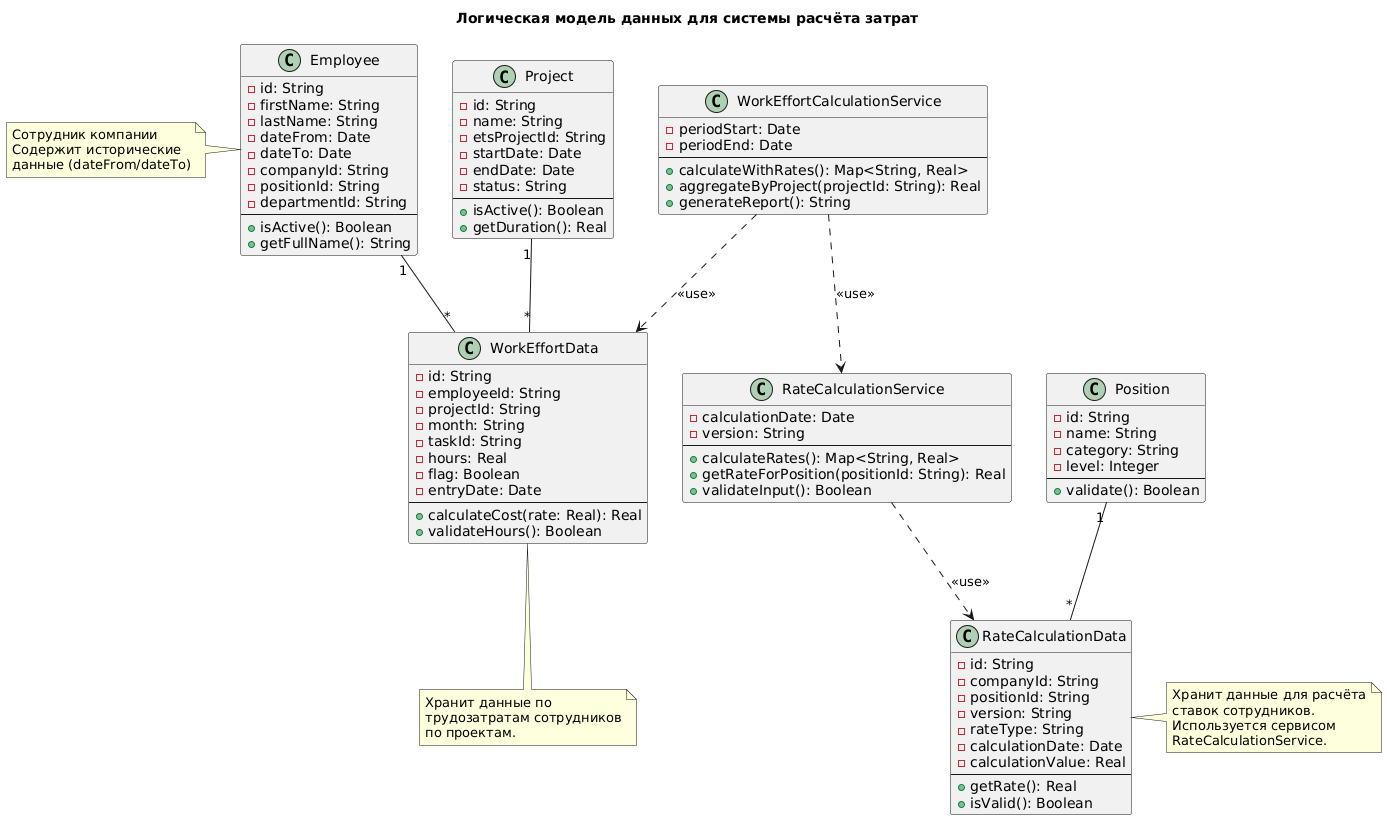
makonov/paps_labs keeps this PlantUML diagram as LabWork3/Концептуальная диаграмма классов для БД.png. Above is the earlier version. Source of this version:
```plantuml
@startuml
title Логическая модель данных для системы расчёта затрат


class Employee {
  - id: String
  - firstName: String
  - lastName: String
  - dateFrom: Date
  - dateTo: Date
  - companyId: String
  - positionId: String
  - departmentId: String
  --
  + isActive(): Boolean
  + getFullName(): String
}

class Position {
  - id: String
  - name: String
  - category: String
  - level: Integer
  --
  + validate(): Boolean
}

class Project {
  - id: String
  - name: String
  - etsProjectId: String
  - startDate: Date
  - endDate: Date
  - status: String
  --
  + isActive(): Boolean
  + getDuration(): Real
}


class RateCalculationData {
  - id: String
  - companyId: String
  - positionId: String
  - version: String
  - rateType: String
  - calculationDate: Date
  - calculationValue: Real
  --
  + getRate(): Real
  + isValid(): Boolean
}

class WorkEffortData {
  - id: String
  - employeeId: String
  - projectId: String
  - month: String
  - taskId: String
  - hours: Real
  - flag: Boolean
  - entryDate: Date
  --
  + calculateCost(rate: Real): Real
  + validateHours(): Boolean
}


class RateCalculationService {
  - calculationDate: Date
  - version: String
  --
  + calculateRates(): Map<String, Real>
  + getRateForPosition(positionId: String): Real
  + validateInput(): Boolean
}

class WorkEffortCalculationService {
  - periodStart: Date
  - periodEnd: Date
  --
  + calculateWithRates(): Map<String, Real>
  + aggregateByProject(projectId: String): Real
  + generateReport(): String
}


Employee "1" -- "*" WorkEffortData

Position "1" -- "*" RateCalculationData

Project "1" -- "*" WorkEffortData

RateCalculationService ..> RateCalculationData : <<use>>
WorkEffortCalculationService ..> WorkEffortData : <<use>>
WorkEffortCalculationService ..> RateCalculationService : <<use>>



note left of Employee
  Сотрудник компании
  Содержит исторические
  данные (dateFrom/dateTo)
end note

note right of RateCalculationData
  Хранит данные для расчёта
  ставок сотрудников.
  Используется сервисом
  RateCalculationService.
end note

note bottom of WorkEffortData
  Хранит данные по
  трудозатратам сотрудников
  по проектам.
end note
@enduml
```
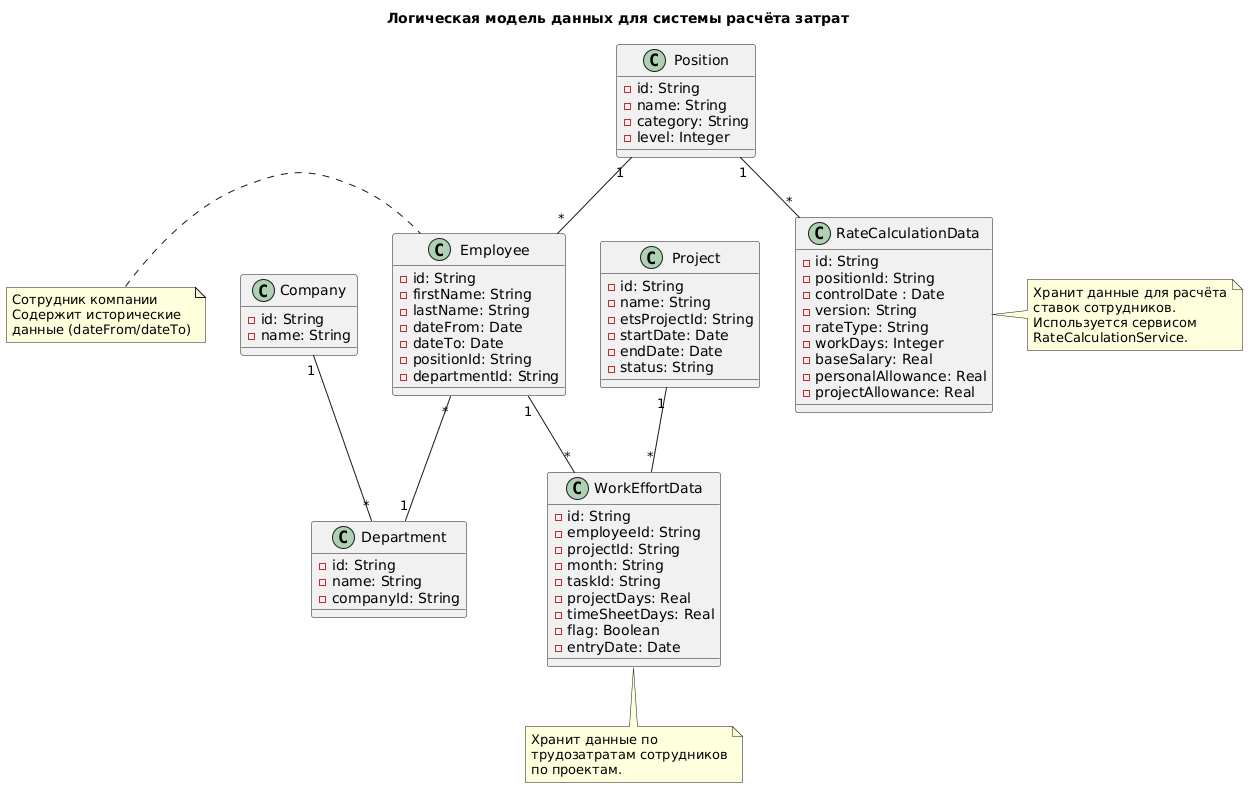
The same diagram one commit later.

Commit message:
обновление диаграмм бд

What changed in the source:
```diff
@@ -8,12 +8,8 @@
   - lastName: String
   - dateFrom: Date
   - dateTo: Date
-  - companyId: String
   - positionId: String
   - departmentId: String
-  --
-  + isActive(): Boolean
-  + getFullName(): String
 }
 
 class Position {
@@ -21,8 +17,6 @@
   - name: String
   - category: String
   - level: Integer
-  --
-  + validate(): Boolean
 }
 
 class Project {
@@ -32,23 +26,34 @@
   - startDate: Date
   - endDate: Date
   - status: String
-  --
-  + isActive(): Boolean
-  + getDuration(): Real
 }
+
+class Company {
+  - id: String
+  - name: String
+}
+
+class Department {
+  - id: String
+  - name: String
+  - companyId: String
+}
+
+Employee "*" -- "1" Department
+Company "1" -- "*" Department
+
 
 
 class RateCalculationData {
   - id: String
-  - companyId: String
   - positionId: String
+  - controlDate : Date
   - version: String
   - rateType: String
-  - calculationDate: Date
-  - calculationValue: Real
-  --
-  + getRate(): Real
-  + isValid(): Boolean
+  - workDays: Integer
+  - baseSalary: Real
+  - personalAllowance: Real
+  - projectAllowance: Real
 }
 
 class WorkEffortData {
@@ -57,43 +62,25 @@
   - projectId: String
   - month: String
   - taskId: String
-  - hours: Real
+  - projectDays: Real
+  - timeSheetDays: Real
   - flag: Boolean
   - entryDate: Date
-  --
-  + calculateCost(rate: Real): Real
-  + validateHours(): Boolean
 }
 
 
-class RateCalculationService {
-  - calculationDate: Date
-  - version: String
-  --
-  + calculateRates(): Map<String, Real>
-  + getRateForPosition(positionId: String): Real
-  + validateInput(): Boolean
-}
-
-class WorkEffortCalculationService {
-  - periodStart: Date
-  - periodEnd: Date
-  --
-  + calculateWithRates(): Map<String, Real>
-  + aggregateByProject(projectId: String): Real
-  + generateReport(): String
-}
 
 
 Employee "1" -- "*" WorkEffortData
+
+
+Position "1" -- "*" Employee
 
 Position "1" -- "*" RateCalculationData
 
 Project "1" -- "*" WorkEffortData
 
-RateCalculationService ..> RateCalculationData : <<use>>
-WorkEffortCalculationService ..> WorkEffortData : <<use>>
-WorkEffortCalculationService ..> RateCalculationService : <<use>>
+
 
 
 
```
